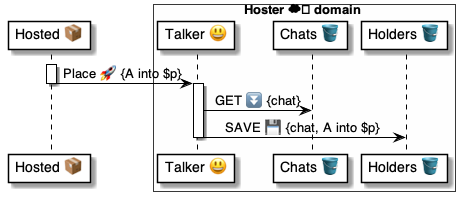
Earlier version of the PlantUML export 4 ⚙️ Solution/35 💬 Chats/😃 Talkers/😃🅰️ Talker methods/Place 🧑‍💻🚀😃/😃 Place ⚙️ uml.png (pollyweb-org/pollyweb-docs). Its source is kept beside it as 4 ⚙️ Solution/35 💬 Chats/😃 Talkers/😃🅰️ Talker methods/Place 🧑‍💻🚀😃/😃 Place ⚙️ uml.puml. Its diagram source:
```plantuml
@startuml Handle

participant "Hosted 📦" as hosted

box Hoster ☁️ domain #FFFFFA
    participant "Talker 😃" as talker
    participant "Chats 🪣" as chats
    participant "Holders 🪣" as holders
end box


activate hosted
    hosted -> talker: Place 🚀 {A into $p}
deactivate hosted

activate talker
    talker -> chats: GET ⏬ {chat}
    talker -> holders: SAVE 💾 {chat, A into $p}
deactivate talker

@enduml
```
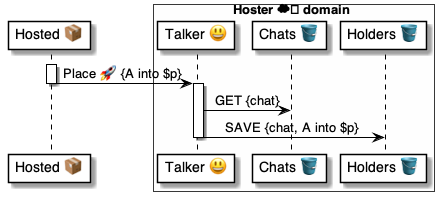
The same diagram one commit later.

Diff of the diagram source:
```diff
@@ -1,4 +1,4 @@
-@startuml Handle
+@startuml Place@Talker
 
 participant "Hosted 📦" as hosted
 
@@ -14,8 +14,8 @@
 deactivate hosted
 
 activate talker
-    talker -> chats: GET ⏬ {chat}
-    talker -> holders: SAVE 💾 {chat, A into $p}
+    talker -> chats: GET {chat}
+    talker -> holders: SAVE {chat, A into $p}
 deactivate talker
 
 @enduml
```
